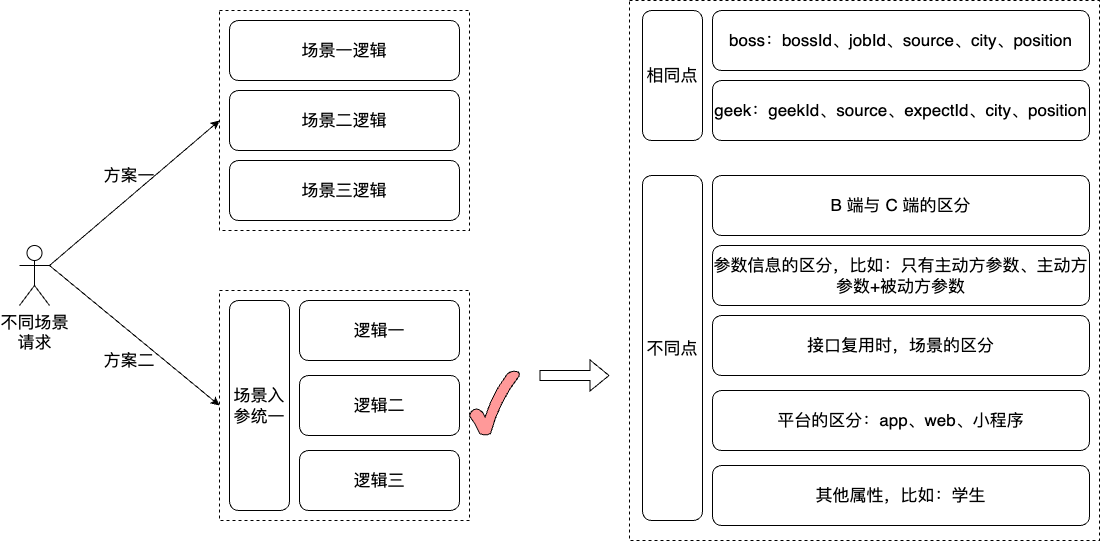
This is work-draw-file/场景接入的方案.png from liujunao/draw-data, a draw.io export, as it was before one commit. Source tidied: cells renumbered, new cells last; positions are measured from the earlier drawing's top-left corner, leaving out a move shared by most shapes.
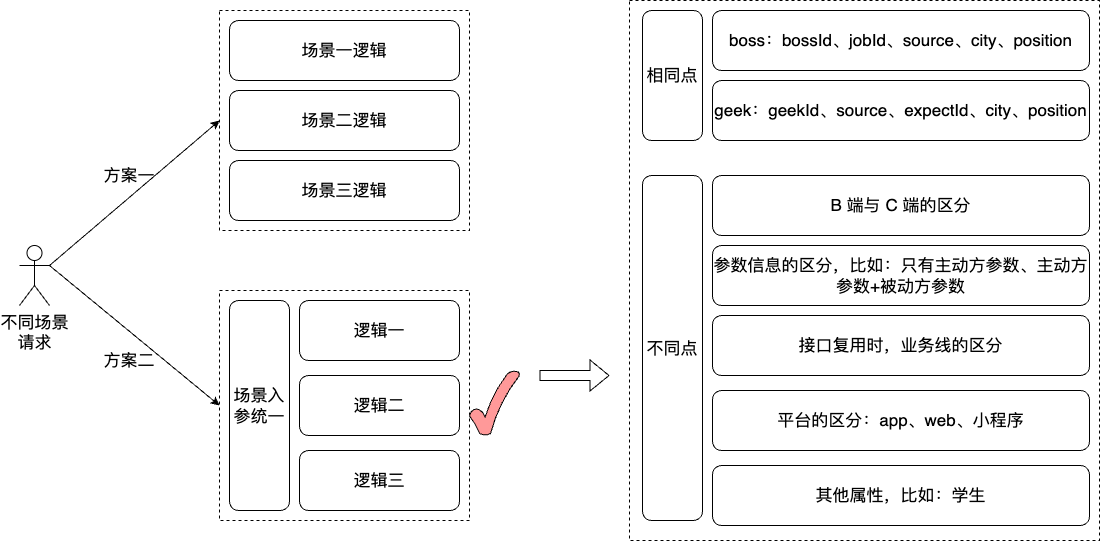
The same diagram one commit later.

Commit message:
更新场景接入的方案.png

Diff of the diagram source:
```diff
@@ -74,7 +74,7 @@
     <mxCell id="25" value="&lt;font size=&quot;3&quot;&gt;其他属性，比如：学生&lt;/font&gt;" style="rounded=1;whiteSpace=wrap;html=1;" parent="1" vertex="1">
       <mxGeometry x="693" y="465" width="377" height="60" as="geometry" />
     </mxCell>
-    <mxCell id="26" value="&lt;font size=&quot;3&quot;&gt;接口复用时，场景的区分&lt;/font&gt;" style="rounded=1;whiteSpace=wrap;html=1;" parent="1" vertex="1">
+    <mxCell id="26" value="&lt;font size=&quot;3&quot;&gt;接口复用时，业务线的区分&lt;/font&gt;" style="rounded=1;whiteSpace=wrap;html=1;" parent="1" vertex="1">
       <mxGeometry x="693" y="315" width="377" height="60" as="geometry" />
     </mxCell>
     <mxCell id="27" style="shape=flexArrow;endArrow=classic;html=1;rounded=0;" parent="1" edge="1">
```
